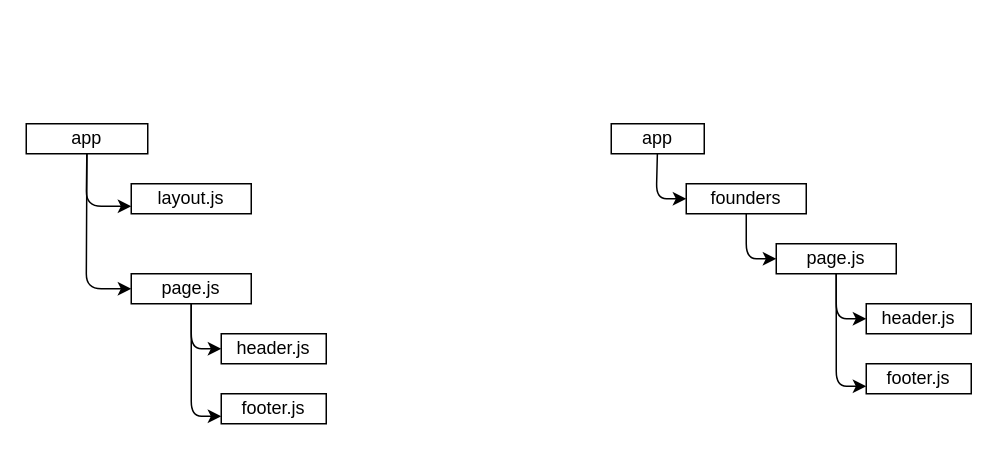
SchoolOfCode/bc16-w7d3-workshop-nextjs-boilerplate-week7-room19 keeps this draw.io diagram as plan.drawio. Above is the earlier version. Source tidied: cells renumbered, new cells numbered last; positions are measured from the earlier drawing's top-left corner, leaving out a move shared by most shapes. Both pictures are drawn from the tidied source at 150%, with x=0, y=0 at pixel (26, 123).
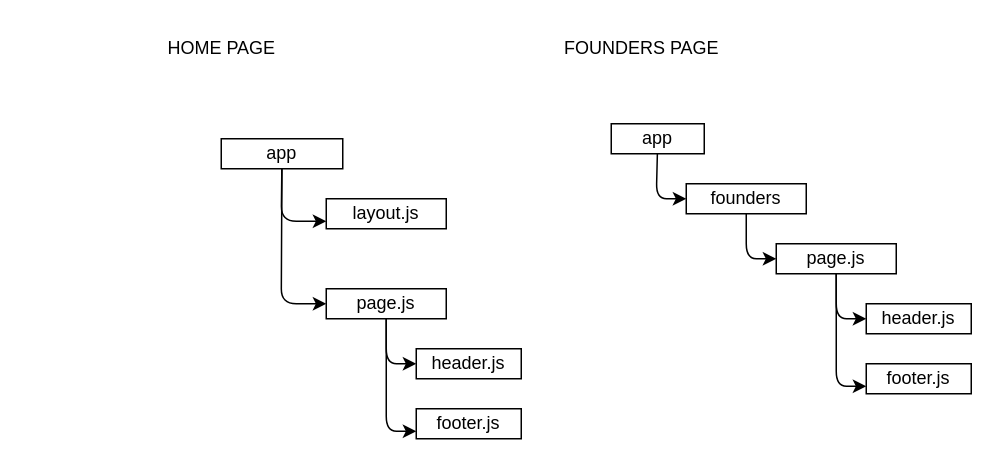
The same diagram, later.

Commit message (it also covers changes not shown here):
update plan in draw io.

Diff of the diagram source:
```diff
@@
     <mxCell id="6" style="edgeStyle=none;html=1;entryX=0;entryY=0.5;entryDx=0;entryDy=0;" parent="1" edge="1" source="8" target="11">
       <mxGeometry relative="1" as="geometry">
         <Array as="points">
-          <mxPoint x="40" y="110" />
+          <mxPoint x="170" y="120" />
         </Array>
       </mxGeometry>
     </mxCell>
     <mxCell id="7" style="edgeStyle=none;html=1;entryX=0;entryY=0.75;entryDx=0;entryDy=0;" parent="1" edge="1" source="8" target="14">
       <mxGeometry relative="1" as="geometry">
         <Array as="points">
-          <mxPoint x="40" y="55" />
+          <mxPoint x="170" y="65" />
         </Array>
       </mxGeometry>
     </mxCell>
     <mxCell id="8" value="app" style="rounded=0;whiteSpace=wrap;html=1;" parent="1" vertex="1">
-      <mxGeometry width="81" height="20" as="geometry" />
+      <mxGeometry x="130" y="10" width="81" height="20" as="geometry" />
     </mxCell>
     <mxCell id="9" style="edgeStyle=none;html=1;entryX=0;entryY=0.5;entryDx=0;entryDy=0;" parent="1" edge="1" source="11" target="12">
       <mxGeometry relative="1" as="geometry">
         <Array as="points">
-          <mxPoint x="110" y="150" />
+          <mxPoint x="240" y="160" />
         </Array>
       </mxGeometry>
     </mxCell>
     <mxCell id="10" style="edgeStyle=none;html=1;entryX=0;entryY=0.75;entryDx=0;entryDy=0;" parent="1" edge="1" source="11" target="13">
       <mxGeometry relative="1" as="geometry">
         <Array as="points">
-          <mxPoint x="110" y="195" />
+          <mxPoint x="240" y="205" />
         </Array>
       </mxGeometry>
     </mxCell>
     <mxCell id="11" value="page.js" style="rounded=0;whiteSpace=wrap;html=1;" parent="1" vertex="1">
-      <mxGeometry x="70" y="100" width="80" height="20" as="geometry" />
+      <mxGeometry x="200" y="110" width="80" height="20" as="geometry" />
     </mxCell>
     <mxCell id="12" value="header.js" style="rounded=0;whiteSpace=wrap;html=1;" parent="1" vertex="1">
-      <mxGeometry x="130" y="140" width="70" height="20" as="geometry" />
+      <mxGeometry x="260" y="150" width="70" height="20" as="geometry" />
     </mxCell>
     <mxCell id="13" value="footer.js" style="rounded=0;whiteSpace=wrap;html=1;" parent="1" vertex="1">
-      <mxGeometry x="130" y="180" width="70" height="20" as="geometry" />
+      <mxGeometry x="260" y="190" width="70" height="20" as="geometry" />
     </mxCell>
     <mxCell id="14" value="layout.js" style="rounded=0;whiteSpace=wrap;html=1;" parent="1" vertex="1">
-      <mxGeometry x="70" y="40" width="80" height="20" as="geometry" />
+      <mxGeometry x="200" y="50" width="80" height="20" as="geometry" />
     </mxCell>
@@
+    <mxCell id="20" value="HOME PAGE" style="text;html=1;align=center;verticalAlign=middle;strokeColor=none;fillColor=none;" parent="1" vertex="1">
+      <mxGeometry x="80" y="-65" width="100" height="30" as="geometry" />
+    </mxCell>
+    <mxCell id="21" value="FOUNDERS PAGE" style="text;html=1;align=center;verticalAlign=middle;strokeColor=none;fillColor=none;" parent="1" vertex="1">
+      <mxGeometry x="345" y="-65" width="130" height="30" as="geometry" />
+    </mxCell>
```
